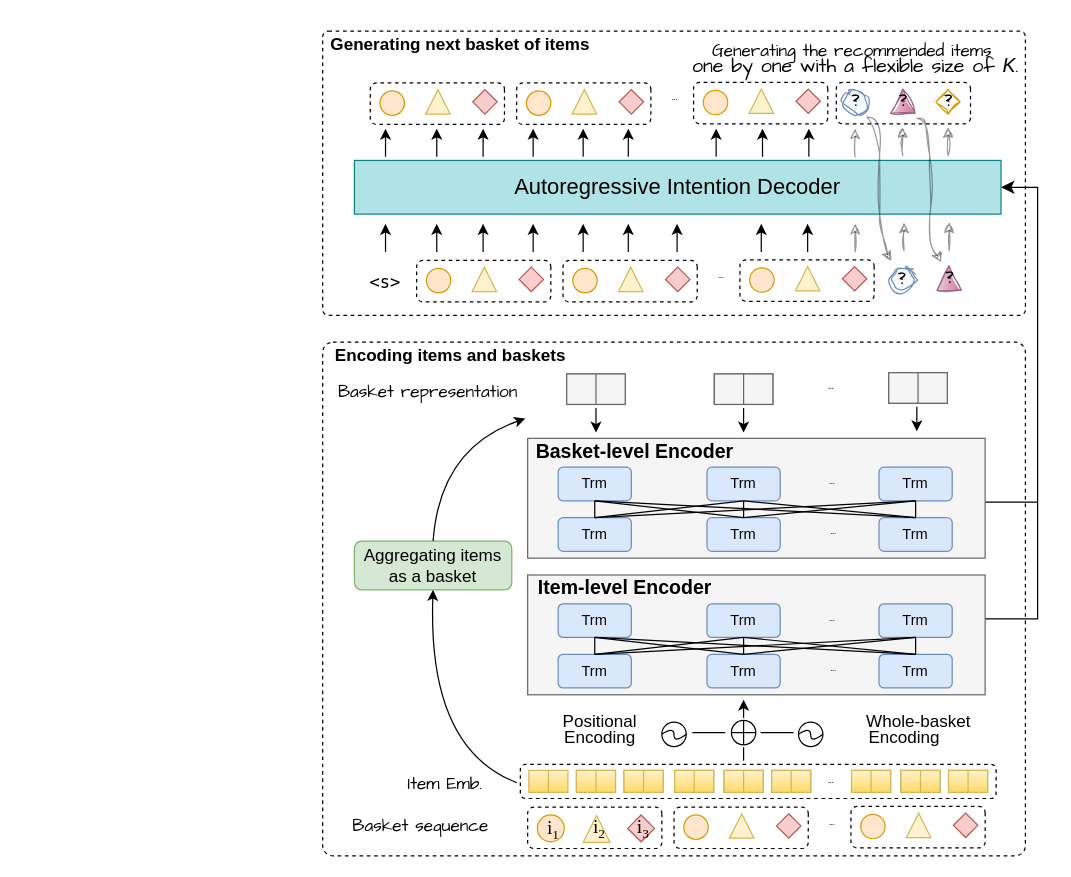
Above: architecture.drawio in wenqisun/data (draw.io), before the change. Source tidied: cells renumbered, new cells numbered last; positions are measured from the earlier drawing's top-left corner, leaving out a move shared by most shapes. Both pictures are drawn from the tidied source at 122%, with x=0, y=0 at pixel (322, 21).
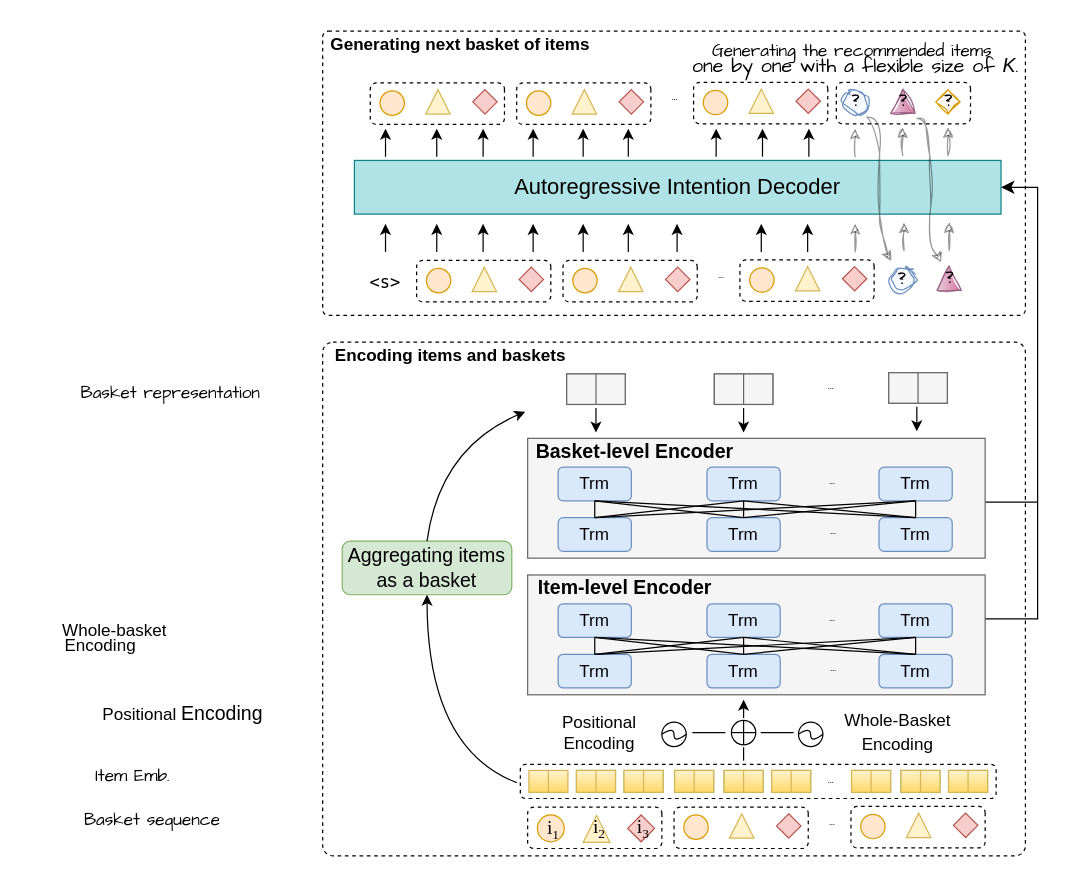
Above is the later version.

Unchanged cells that the change refers to:
```xml
<mxCell id="134" style="group;" parent="1" vertex="1">
  <mxGeometry x="167" y="336" width="376" height="116" as="geometry" />
</mxCell>
<mxCell id="154" style="group;" parent="1" vertex="1">
  <mxGeometry x="167" y="448" width="376" height="116" as="geometry" />
</mxCell>
```

Change to the diagram source:
```diff
@@
-    <mxCell id="6" value="Aggregating items &lt;br&gt;as a basket" style="rounded=1;whiteSpace=wrap;html=1;fontSize=14;fillColor=#d5e8d4;strokeColor=#82b366;" parent="1" vertex="1">
-      <mxGeometry x="26" y="426" width="129" height="40" as="geometry" />
+    <mxCell id="6" value="&lt;font style=&quot;font-size: 16px;&quot;&gt;Aggregating items &lt;br&gt;as a basket&lt;/font&gt;" style="rounded=1;whiteSpace=wrap;html=1;fontSize=14;fillColor=#d5e8d4;strokeColor=#82b366;" parent="1" vertex="1">
+      <mxGeometry x="16" y="426" width="139" height="44" as="geometry" />
     </mxCell>
     <mxCell id="7" value="&lt;p style=&quot;line-height: 0%;&quot;&gt;&lt;font style=&quot;font-size: 14px;&quot;&gt;&lt;font face=&quot;Comic Sans MS&quot; style=&quot;&quot;&gt;Basket&amp;nbsp;&lt;/font&gt;&lt;span style=&quot;font-family: &amp;quot;Comic Sans MS&amp;quot;; background-color: initial;&quot;&gt;sequence&lt;/span&gt;&lt;/font&gt;&lt;/p&gt;" style="text;strokeColor=none;align=center;fillColor=none;html=1;verticalAlign=middle;whiteSpace=wrap;rounded=0;dashed=1;" parent="1" vertex="1">
-      <mxGeometry x="26" y="644" width="108.5" height="30" as="geometry" />
+      <mxGeometry x="-194" y="639" width="108.5" height="30" as="geometry" />
     </mxCell>
@@
-    <mxCell id="9" style="curved=1;endArrow=classic;html=1;rounded=0;fontFamily=Comic Sans MS;fontSize=14;exitX=0.5;exitY=0;exitDx=0;exitDy=0;entryX=1;entryY=1.253;entryDx=0;entryDy=0;entryPerimeter=0;" parent="1" edge="1" source="6" target="118">
+    <mxCell id="9" style="curved=1;endArrow=classic;html=1;rounded=0;fontFamily=Comic Sans MS;fontSize=14;exitX=0.5;exitY=0;exitDx=0;exitDy=0;" parent="1" edge="1" source="6">
       <mxGeometry relative="1" as="geometry">
+        <mxPoint x="166" y="320" as="targetPoint" />
         <Array as="points">
           <mxPoint x="96" y="350" />
         </Array>
       </mxGeometry>
     </mxCell>
@@
     <mxCell id="16" value="&lt;p style=&quot;line-height: 0%;&quot;&gt;&lt;font style=&quot;font-size: 14px;&quot; face=&quot;Comic Sans MS&quot;&gt;Item Emb.&lt;/font&gt;&lt;/p&gt;" style="text;strokeColor=none;align=center;fillColor=none;html=1;verticalAlign=middle;whiteSpace=wrap;rounded=0;dashed=1;" parent="1" vertex="1">
-      <mxGeometry x="62" y="610" width="76.5" height="30" as="geometry" />
+      <mxGeometry x="-194" y="603" width="76.5" height="30" as="geometry" />
     </mxCell>
     <mxCell id="17" value="&lt;p style=&quot;line-height: 0%;&quot;&gt;&lt;font style=&quot;font-size: 14px;&quot;&gt;&amp;nbsp; &amp;nbsp; &amp;nbsp; Whole-basket&lt;/font&gt;&lt;/p&gt;&lt;p style=&quot;line-height: 0%;&quot;&gt;&lt;span style=&quot;font-size: 14px;&quot;&gt;Encoding&lt;/span&gt;&lt;/p&gt;" style="text;strokeColor=none;align=center;fillColor=none;html=1;verticalAlign=middle;whiteSpace=wrap;rounded=0;dashed=1;" parent="1" vertex="1">
-      <mxGeometry x="412" y="565" width="130" height="30" as="geometry" />
+      <mxGeometry x="-247.5" y="490" width="130" height="30" as="geometry" />
     </mxCell>
-    <mxCell id="18" value="&lt;p style=&quot;line-height: 0%;&quot;&gt;&lt;font style=&quot;font-size: 14px;&quot;&gt;Positional&lt;/font&gt;&lt;/p&gt;&lt;p style=&quot;line-height: 0%;&quot;&gt;&lt;font style=&quot;font-size: 14px;&quot;&gt;Encoding&lt;/font&gt;&lt;/p&gt;" style="text;strokeColor=none;align=center;fillColor=none;html=1;verticalAlign=middle;whiteSpace=wrap;rounded=0;dashed=1;" parent="1" vertex="1">
-      <mxGeometry x="177.5" y="565" width="98.5" height="30" as="geometry" />
+    <mxCell id="18" value="&lt;p style=&quot;line-height: 0%;&quot;&gt;&lt;font style=&quot;font-size: 14px;&quot;&gt;Positional&amp;nbsp;&lt;/font&gt;&lt;span style=&quot;font-size: medium; background-color: initial;&quot;&gt;Encoding&lt;/span&gt;&lt;/p&gt;" style="text;strokeColor=none;align=center;fillColor=none;html=1;verticalAlign=middle;whiteSpace=wrap;rounded=0;dashed=1;" parent="1" vertex="1">
+      <mxGeometry x="-164" y="550" width="98.5" height="35" as="geometry" />
     </mxCell>
@@
     <mxCell id="118" value="&lt;p style=&quot;line-height: 0%;&quot;&gt;&lt;font style=&quot;font-size: 14px;&quot; face=&quot;Comic Sans MS&quot;&gt;Basket representation&lt;/font&gt;&lt;/p&gt;" style="text;strokeColor=none;align=center;fillColor=none;html=1;verticalAlign=middle;whiteSpace=wrap;rounded=0;dashed=1;" parent="1" vertex="1">
-      <mxGeometry x="7" y="288" width="159" height="30" as="geometry" />
+      <mxGeometry x="-204" y="289" width="159" height="30" as="geometry" />
     </mxCell>
@@
-    <mxCell id="136" value="Trm" style="rounded=1;whiteSpace=wrap;html=1;fillColor=#dae8fc;strokeColor=#6c8ebf;" parent="134" vertex="1">
+    <mxCell id="136" value="&lt;font style=&quot;font-size: 14px;&quot;&gt;Trm&lt;/font&gt;" style="rounded=1;whiteSpace=wrap;html=1;fillColor=#dae8fc;strokeColor=#6c8ebf;" parent="134" vertex="1">
       <mxGeometry x="26" y="29.4" width="60" height="27.6" as="geometry" />
     </mxCell>
-    <mxCell id="137" value="Trm" style="rounded=1;whiteSpace=wrap;html=1;fillColor=#dae8fc;strokeColor=#6c8ebf;" parent="134" vertex="1">
+    <mxCell id="137" value="&lt;font style=&quot;font-size: 14px;&quot;&gt;Trm&lt;/font&gt;" style="rounded=1;whiteSpace=wrap;html=1;fillColor=#dae8fc;strokeColor=#6c8ebf;" parent="134" vertex="1">
       <mxGeometry x="148" y="29.4" width="60" height="27.6" as="geometry" />
     </mxCell>
-    <mxCell id="138" value="Trm" style="rounded=1;whiteSpace=wrap;html=1;fillColor=#dae8fc;strokeColor=#6c8ebf;" parent="134" vertex="1">
+    <mxCell id="138" value="&lt;font style=&quot;font-size: 14px;&quot;&gt;Trm&lt;/font&gt;" style="rounded=1;whiteSpace=wrap;html=1;fillColor=#dae8fc;strokeColor=#6c8ebf;" parent="134" vertex="1">
       <mxGeometry x="289" y="29.4" width="60" height="27.6" as="geometry" />
     </mxCell>
-    <mxCell id="139" value="Trm" style="rounded=1;whiteSpace=wrap;html=1;fillColor=#dae8fc;strokeColor=#6c8ebf;" parent="134" vertex="1">
+    <mxCell id="139" value="&lt;font style=&quot;font-size: 14px;&quot;&gt;Trm&lt;/font&gt;" style="rounded=1;whiteSpace=wrap;html=1;fillColor=#dae8fc;strokeColor=#6c8ebf;" parent="134" vertex="1">
       <mxGeometry x="26" y="70.8" width="60" height="27.6" as="geometry" />
     </mxCell>
-    <mxCell id="140" value="Trm" style="rounded=1;whiteSpace=wrap;html=1;fillColor=#dae8fc;strokeColor=#6c8ebf;" parent="134" vertex="1">
+    <mxCell id="140" value="&lt;font style=&quot;font-size: 14px;&quot;&gt;Trm&lt;/font&gt;" style="rounded=1;whiteSpace=wrap;html=1;fillColor=#dae8fc;strokeColor=#6c8ebf;" parent="134" vertex="1">
       <mxGeometry x="148" y="70.8" width="60" height="27.6" as="geometry" />
     </mxCell>
-    <mxCell id="141" value="Trm" style="rounded=1;whiteSpace=wrap;html=1;fillColor=#dae8fc;strokeColor=#6c8ebf;" parent="134" vertex="1">
+    <mxCell id="141" value="&lt;font style=&quot;font-size: 14px;&quot;&gt;Trm&lt;/font&gt;" style="rounded=1;whiteSpace=wrap;html=1;fillColor=#dae8fc;strokeColor=#6c8ebf;" parent="134" vertex="1">
       <mxGeometry x="289" y="70.8" width="60" height="27.6" as="geometry" />
     </mxCell>
@@
-    <mxCell id="156" value="Trm" style="rounded=1;whiteSpace=wrap;html=1;fillColor=#dae8fc;strokeColor=#6c8ebf;" parent="154" vertex="1">
+    <mxCell id="156" value="&lt;font style=&quot;font-size: 14px;&quot;&gt;Trm&lt;/font&gt;" style="rounded=1;whiteSpace=wrap;html=1;fillColor=#dae8fc;strokeColor=#6c8ebf;" parent="154" vertex="1">
       <mxGeometry x="26" y="29.4" width="60" height="27.6" as="geometry" />
     </mxCell>
-    <mxCell id="157" value="Trm" style="rounded=1;whiteSpace=wrap;html=1;fillColor=#dae8fc;strokeColor=#6c8ebf;" parent="154" vertex="1">
+    <mxCell id="157" value="&lt;font style=&quot;font-size: 14px;&quot;&gt;Trm&lt;/font&gt;" style="rounded=1;whiteSpace=wrap;html=1;fillColor=#dae8fc;strokeColor=#6c8ebf;" parent="154" vertex="1">
       <mxGeometry x="148" y="29.4" width="60" height="27.6" as="geometry" />
     </mxCell>
-    <mxCell id="158" value="Trm" style="rounded=1;whiteSpace=wrap;html=1;fillColor=#dae8fc;strokeColor=#6c8ebf;" parent="154" vertex="1">
+    <mxCell id="158" value="&lt;font style=&quot;font-size: 14px;&quot;&gt;Trm&lt;/font&gt;" style="rounded=1;whiteSpace=wrap;html=1;fillColor=#dae8fc;strokeColor=#6c8ebf;" parent="154" vertex="1">
       <mxGeometry x="289" y="29.4" width="60" height="27.6" as="geometry" />
     </mxCell>
-    <mxCell id="159" value="Trm" style="rounded=1;whiteSpace=wrap;html=1;fillColor=#dae8fc;strokeColor=#6c8ebf;" parent="154" vertex="1">
+    <mxCell id="159" value="&lt;font style=&quot;font-size: 14px;&quot;&gt;Trm&lt;/font&gt;" style="rounded=1;whiteSpace=wrap;html=1;fillColor=#dae8fc;strokeColor=#6c8ebf;" parent="154" vertex="1">
       <mxGeometry x="26" y="70.8" width="60" height="27.6" as="geometry" />
     </mxCell>
-    <mxCell id="160" value="Trm" style="rounded=1;whiteSpace=wrap;html=1;fillColor=#dae8fc;strokeColor=#6c8ebf;" parent="154" vertex="1">
+    <mxCell id="160" value="&lt;font style=&quot;font-size: 14px;&quot;&gt;Trm&lt;/font&gt;" style="rounded=1;whiteSpace=wrap;html=1;fillColor=#dae8fc;strokeColor=#6c8ebf;" parent="154" vertex="1">
       <mxGeometry x="148" y="70.8" width="60" height="27.6" as="geometry" />
     </mxCell>
-    <mxCell id="161" value="Trm" style="rounded=1;whiteSpace=wrap;html=1;fillColor=#dae8fc;strokeColor=#6c8ebf;" parent="154" vertex="1">
+    <mxCell id="161" value="&lt;font style=&quot;font-size: 14px;&quot;&gt;Trm&lt;/font&gt;" style="rounded=1;whiteSpace=wrap;html=1;fillColor=#dae8fc;strokeColor=#6c8ebf;" parent="154" vertex="1">
       <mxGeometry x="289" y="70.8" width="60" height="27.6" as="geometry" />
     </mxCell>
@@
+    <mxCell id="182" value="&lt;font style=&quot;font-size: 14px;&quot;&gt;Positional Encoding&lt;/font&gt;" style="text;strokeColor=none;align=center;fillColor=none;html=1;verticalAlign=middle;whiteSpace=wrap;rounded=0;fontSize=14;" parent="1" vertex="1">
+      <mxGeometry x="187" y="565" width="80" height="36" as="geometry" />
+    </mxCell>
+    <mxCell id="183" value="&lt;font style=&quot;font-size: 14px;&quot;&gt;Whole-Basket Encoding&lt;/font&gt;" style="text;strokeColor=none;align=center;fillColor=none;html=1;verticalAlign=middle;whiteSpace=wrap;rounded=0;fontSize=16;" parent="1" vertex="1">
+      <mxGeometry x="419.5" y="567" width="103" height="30" as="geometry" />
+    </mxCell>
```
